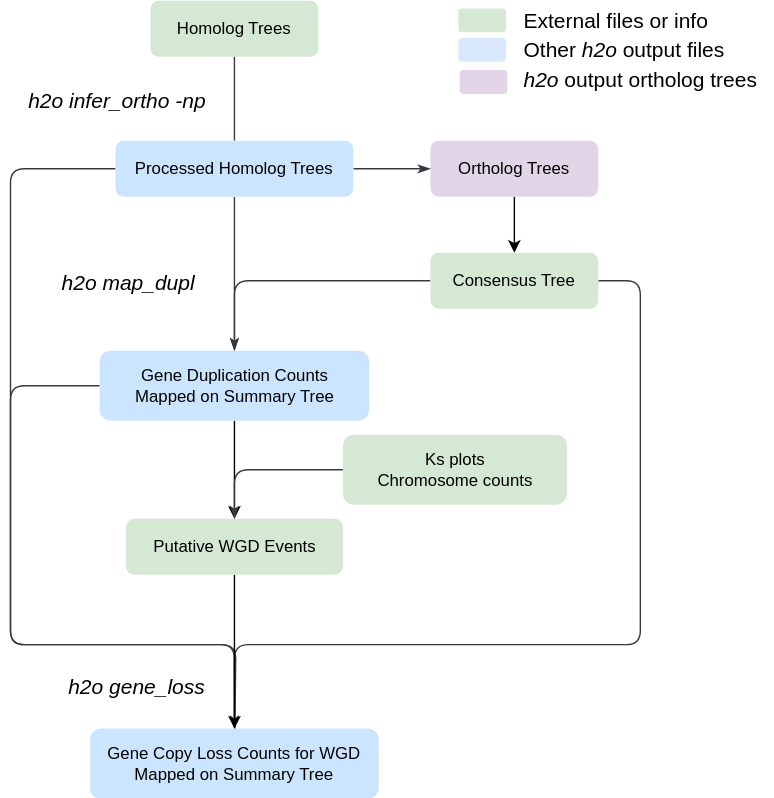
Above: tutorials/dup_workflow.drawio.svg in fkyeeb/H2O (draw.io), before the change. Source tidied: cells renumbered, new cells last; positions are measured from the earlier drawing's top-left corner, leaving out a move shared by most shapes.
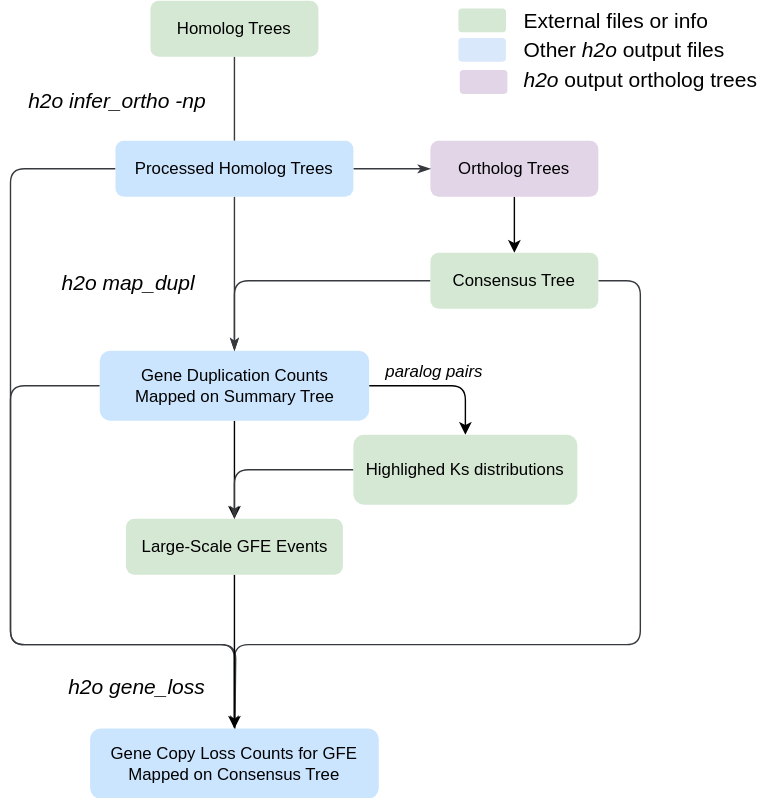
Later version of the same file.

Change to the diagram source:
```diff
@@ -31,6 +31,13 @@
         </Array>
       </mxGeometry>
     </mxCell>
+    <mxCell id="28" style="edgeStyle=none;html=1;exitX=1;exitY=0.5;exitDx=0;exitDy=0;entryX=0.5;entryY=0;entryDx=0;entryDy=0;" parent="1" edge="1" source="9" target="22">
+      <mxGeometry relative="1" as="geometry">
+        <Array as="points">
+          <mxPoint x="325" y="275" />
+        </Array>
+      </mxGeometry>
+    </mxCell>
     <mxCell id="9" value="Gene Duplication Counts&lt;div&gt;Mapped on Summary Tree&lt;/div&gt;" style="rounded=1;whiteSpace=wrap;html=1;fontSize=12;glass=0;strokeWidth=1;shadow=0;fillColor=#cce5ff;strokeColor=none;" parent="1" vertex="1">
       <mxGeometry x="63.8" y="250" width="192.5" height="50" as="geometry" />
     </mxCell>
@@ -81,16 +88,16 @@
         <mxPoint x="-69" y="25" as="offset" />
       </mxGeometry>
     </mxCell>
-    <mxCell id="20" value="Putative WGD Events" style="rounded=1;whiteSpace=wrap;html=1;fontSize=12;glass=0;strokeWidth=1;shadow=0;fillColor=#d5e8d4;strokeColor=none;" parent="1" vertex="1">
+    <mxCell id="20" value="Large-Scale GFE Events" style="rounded=1;whiteSpace=wrap;html=1;fontSize=12;glass=0;strokeWidth=1;shadow=0;fillColor=#d5e8d4;strokeColor=none;" parent="1" vertex="1">
       <mxGeometry x="82.5" y="370" width="155" height="40" as="geometry" />
     </mxCell>
     <mxCell id="21" style="edgeStyle=orthogonalEdgeStyle;shape=connector;rounded=1;html=1;exitX=0;exitY=0.5;exitDx=0;exitDy=0;entryX=0.5;entryY=0;entryDx=0;entryDy=0;shadow=0;strokeColor=#36393d;strokeWidth=1;align=center;verticalAlign=middle;fontFamily=Helvetica;fontSize=11;fontColor=default;labelBackgroundColor=none;endArrow=classicThin;endFill=1;fillColor=#cce5ff;" parent="1" edge="1" source="22" target="20">
       <mxGeometry relative="1" as="geometry" />
     </mxCell>
-    <mxCell id="22" value="Ks plots&lt;div&gt;Chromosome counts&lt;/div&gt;" style="rounded=1;whiteSpace=wrap;html=1;fontSize=12;glass=0;strokeWidth=1;shadow=0;fillColor=#d5e8d4;strokeColor=none;" parent="1" vertex="1">
-      <mxGeometry x="237.5" y="310" width="160" height="50" as="geometry" />
+    <mxCell id="22" value="Highlighed Ks distributions" style="rounded=1;whiteSpace=wrap;html=1;fontSize=12;glass=0;strokeWidth=1;shadow=0;fillColor=#d5e8d4;strokeColor=none;" parent="1" vertex="1">
+      <mxGeometry x="245" y="310" width="160" height="50" as="geometry" />
     </mxCell>
-    <mxCell id="23" value="Gene Copy Loss Counts for WGD&lt;div&gt;Mapped on Summary Tree&lt;/div&gt;" style="rounded=1;whiteSpace=wrap;html=1;fontSize=12;glass=0;strokeWidth=1;shadow=0;fillColor=#cce5ff;strokeColor=none;" parent="1" vertex="1">
+    <mxCell id="23" value="Gene Copy Loss Counts for GFE&lt;div&gt;Mapped on Consensus Tree&lt;/div&gt;" style="rounded=1;whiteSpace=wrap;html=1;fontSize=12;glass=0;strokeWidth=1;shadow=0;fillColor=#cce5ff;strokeColor=none;" parent="1" vertex="1">
       <mxGeometry x="56.9" y="520" width="206.2" height="50" as="geometry" />
     </mxCell>
     <mxCell id="24" value="&lt;div style=&quot;line-height: 140%;&quot;&gt;&lt;font style=&quot;font-size: 15px; line-height: 140%;&quot;&gt;External files or info&amp;nbsp;&lt;/font&gt;&lt;/div&gt;&lt;div style=&quot;line-height: 140%;&quot;&gt;&lt;font style=&quot;font-size: 15px; line-height: 140%;&quot;&gt;Other &lt;i&gt;h2o&lt;/i&gt; output files&amp;nbsp;&lt;/font&gt;&lt;/div&gt;&lt;div style=&quot;line-height: 140%;&quot;&gt;&lt;font style=&quot;font-size: 15px; line-height: 140%;&quot;&gt;&lt;i&gt;h2o&lt;/i&gt; output ortholog trees&lt;/font&gt;&lt;/div&gt;" style="text;html=1;align=left;verticalAlign=middle;whiteSpace=wrap;rounded=0;" parent="1" vertex="1">
@@ -105,5 +112,8 @@
     <mxCell id="27" style="rounded=1;whiteSpace=wrap;html=1;fontSize=12;glass=0;strokeWidth=1;shadow=0;fillColor=#e1d5e7;strokeColor=none;" parent="1" vertex="1">
       <mxGeometry x="321" y="49.5" width="34" height="17" as="geometry" />
     </mxCell>
+    <mxCell id="29" value="&lt;i&gt;paralog pairs&lt;/i&gt;" style="text;html=1;align=center;verticalAlign=middle;whiteSpace=wrap;rounded=0;" parent="1" vertex="1">
+      <mxGeometry x="263.1" y="250" width="80" height="30" as="geometry" />
+    </mxCell>
   </root>
 </mxGraphModel>
```
